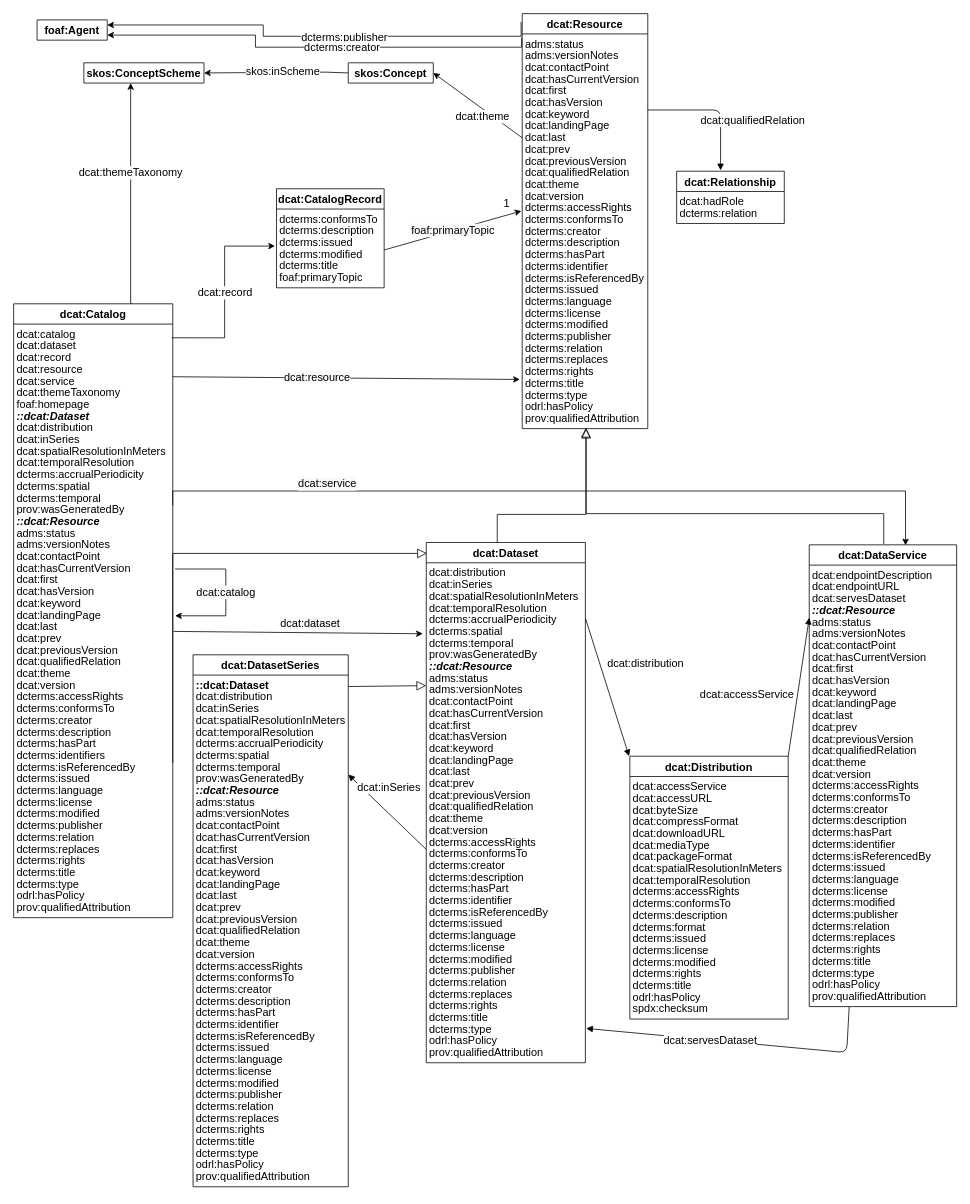
Above: dcat/images/dcat-all-attributes.drawio in w3c/dxwg (draw.io), before the change. Source tidied: cells renumbered, new cells numbered last; positions are measured from the earlier drawing's top-left corner, leaving out a move shared by most shapes. Both pictures are drawn from the tidied source at 78%, with x=0, y=0 at pixel (13, 13).
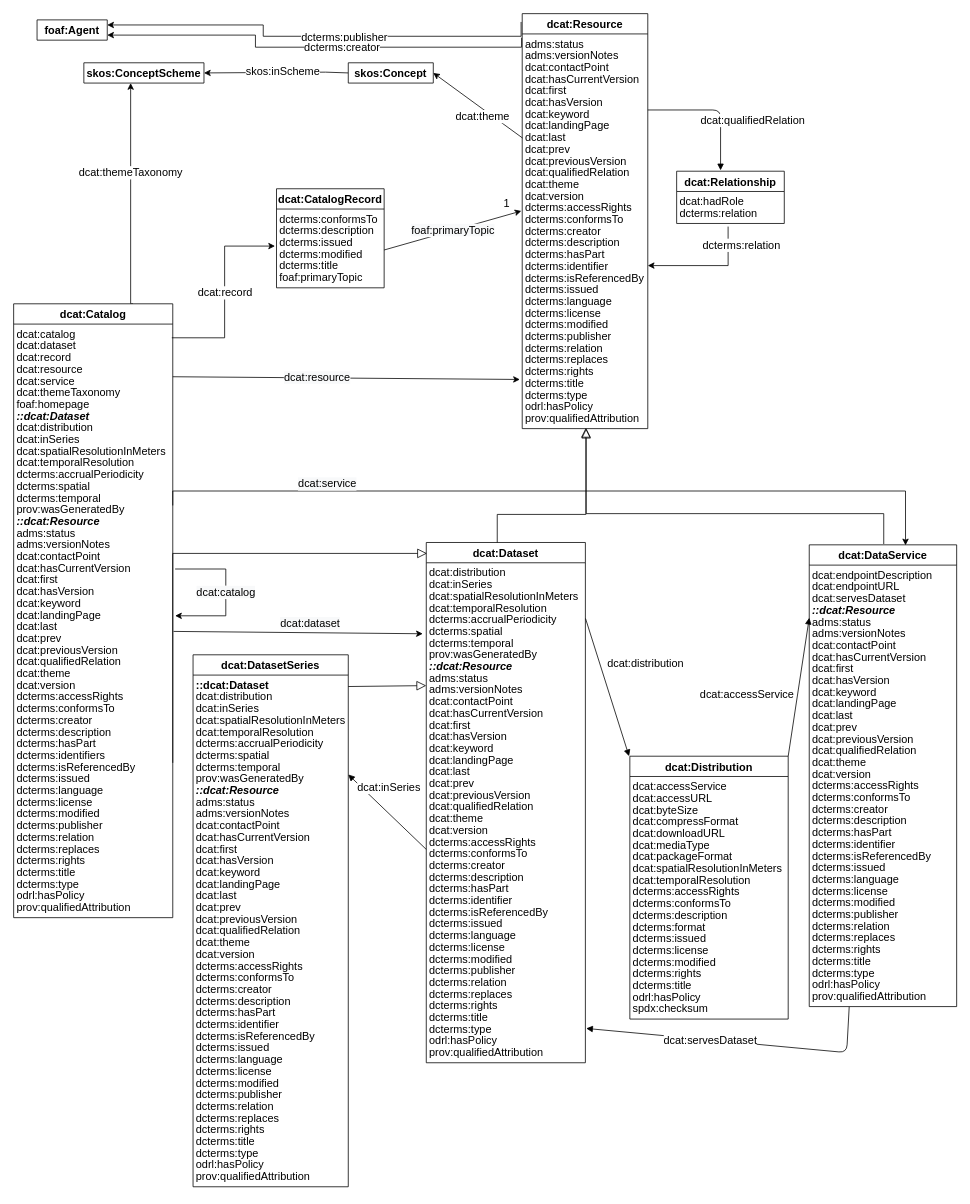
Above is the later version.

Commit message (it also covers changes not shown here):
Restoring dcterms:relation from dcat:Relationship to dcat:Resource in the class diagram

The change refers to these unchanged cells:
```xml
<mxCell id="223" value="dcterms:relation" style="text;strokeColor=none;fillColor=none;align=left;verticalAlign=top;spacingLeft=4;spacingRight=4;overflow=hidden;points=[[0,0.5],[1,0.5]];portConstraint=eastwest;fontStyle=0;spacing=0;fontSize=14;" parent="221" vertex="1">
  <mxGeometry y="41" width="138" height="26" as="geometry" />
</mxCell>
```

Diff of the diagram source:
```diff
@@
+    <mxCell id="275" style="rounded=0;jettySize=auto;html=1;fontSize=14;spacing=0;edgeStyle=orthogonalEdgeStyle;exitX=0.478;exitY=1.154;exitDx=0;exitDy=0;exitPerimeter=0;" parent="1" edge="1" source="223">
+      <mxGeometry relative="1" as="geometry">
+        <mxPoint x="813" y="323" as="targetPoint" />
+        <Array as="points">
+          <mxPoint x="916" y="323" />
+        </Array>
+      </mxGeometry>
+    </mxCell>
+    <mxCell id="276" value="dcterms:relation" style="edgeLabel;html=1;align=center;verticalAlign=middle;fontSize=14;spacing=0;" parent="275" vertex="1">
+      <mxGeometry x="-0.33" relative="1" as="geometry">
+        <mxPoint x="18" y="-27" as="offset" />
+      </mxGeometry>
+    </mxCell>
```
